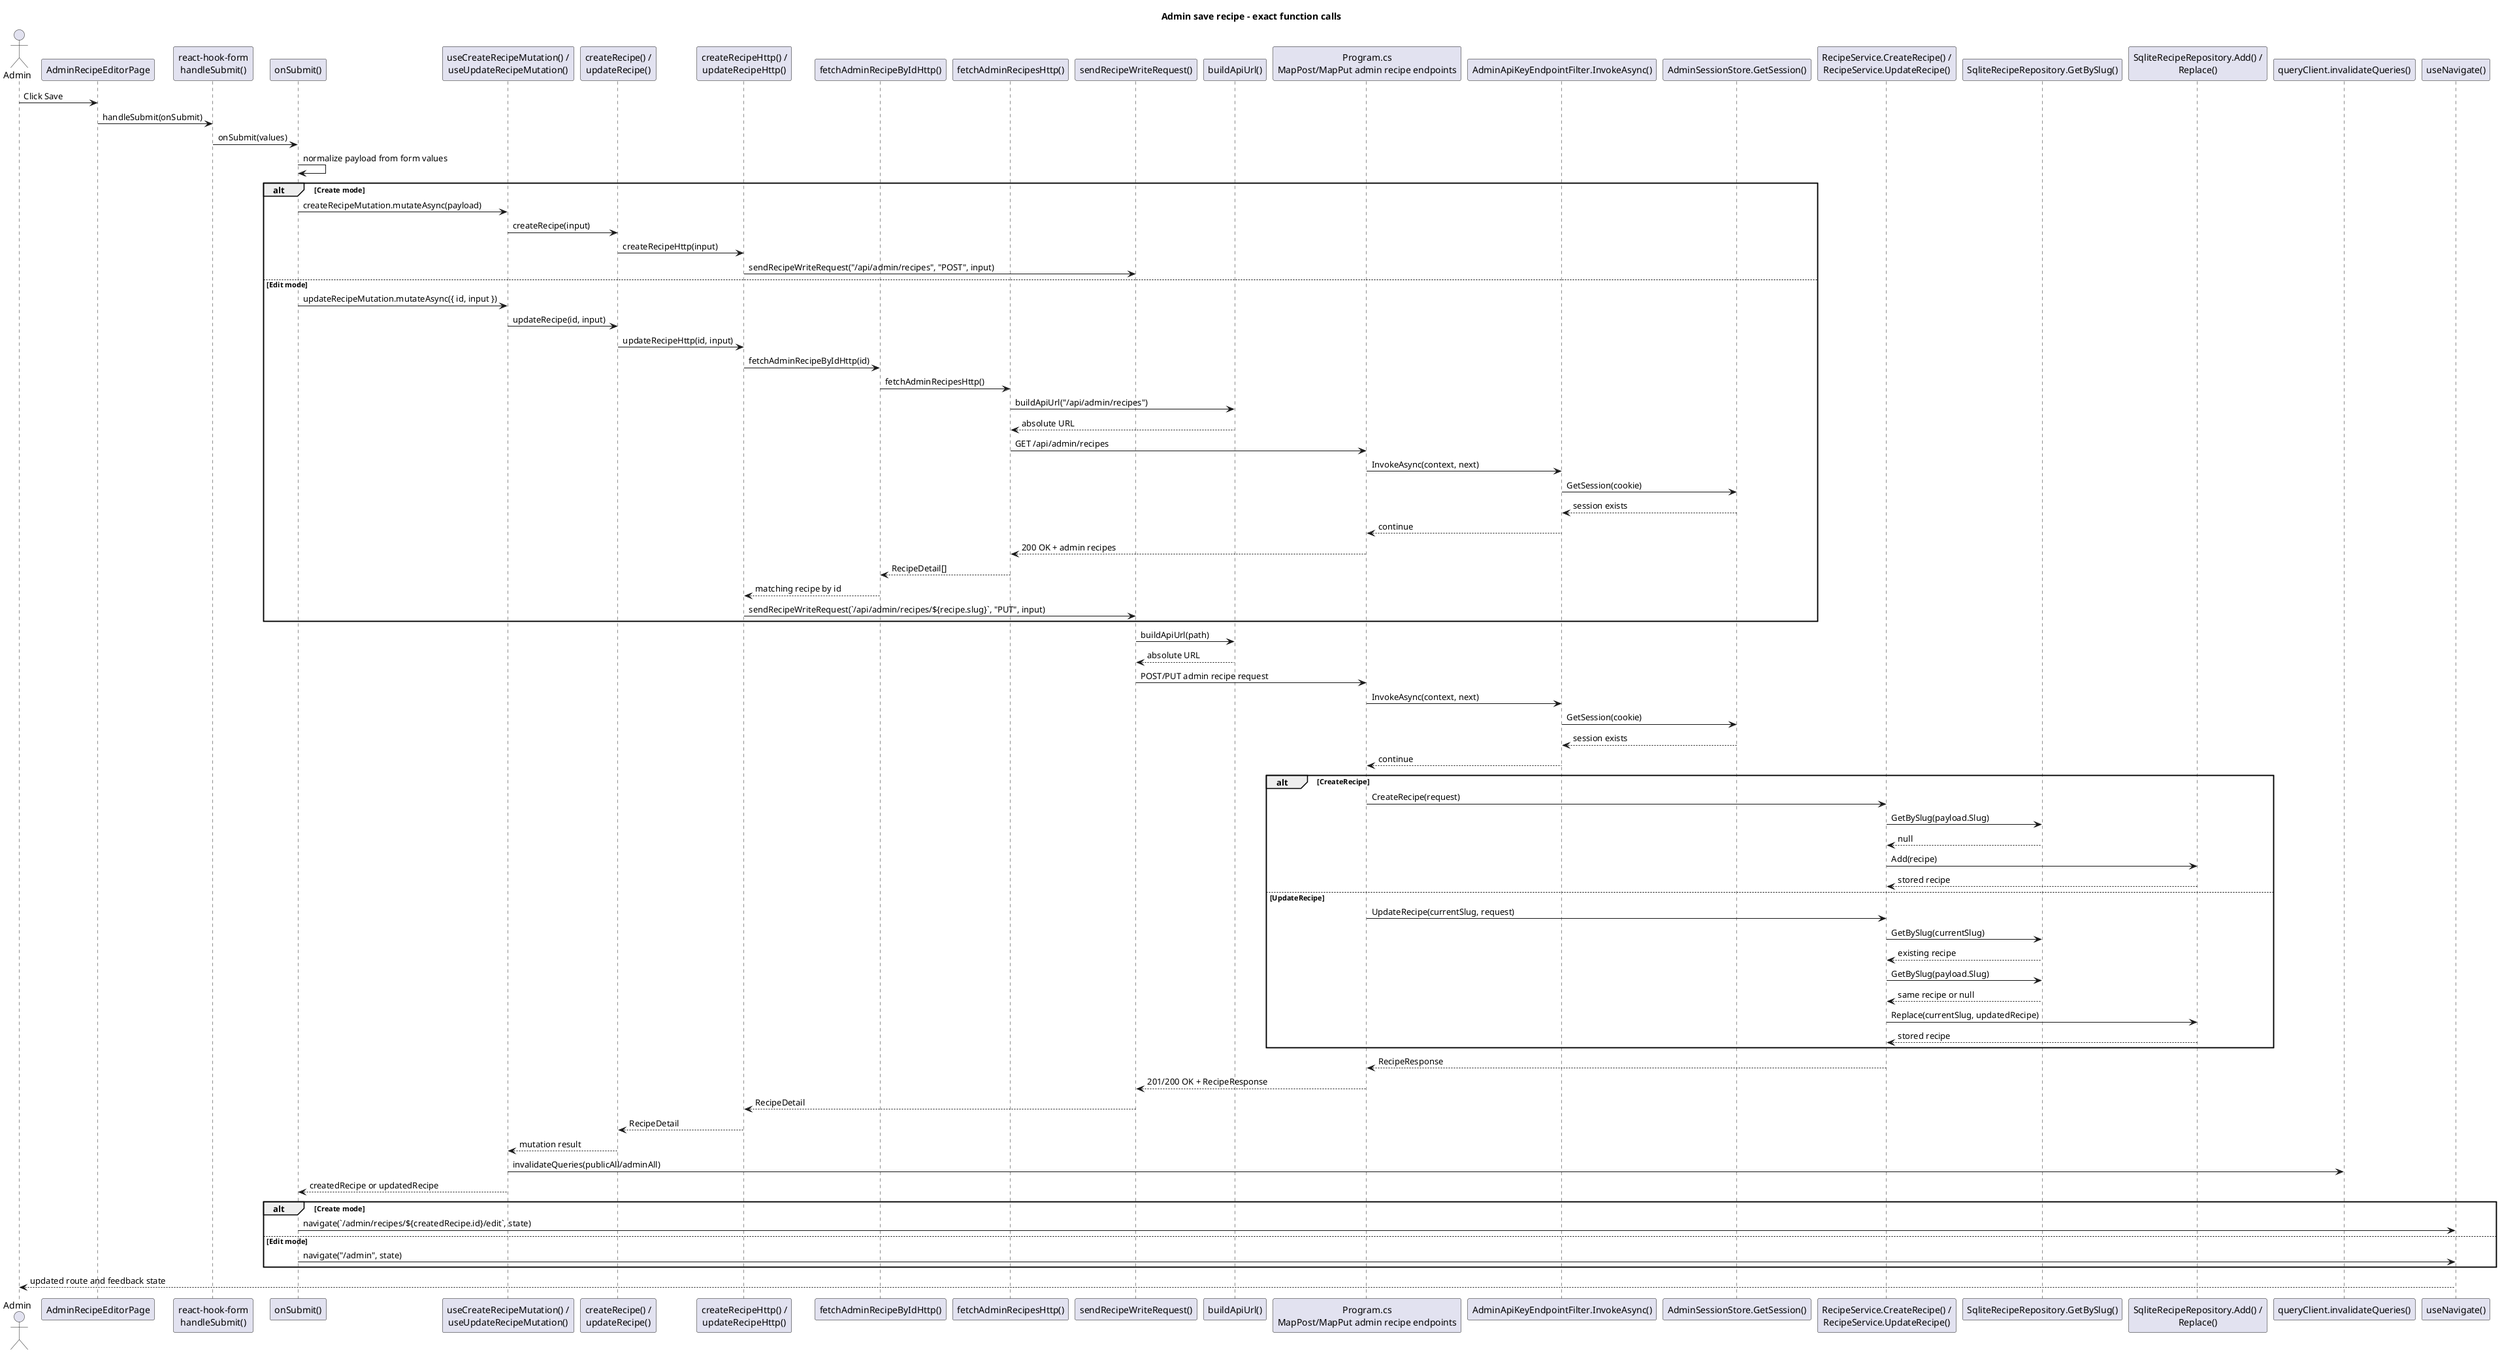
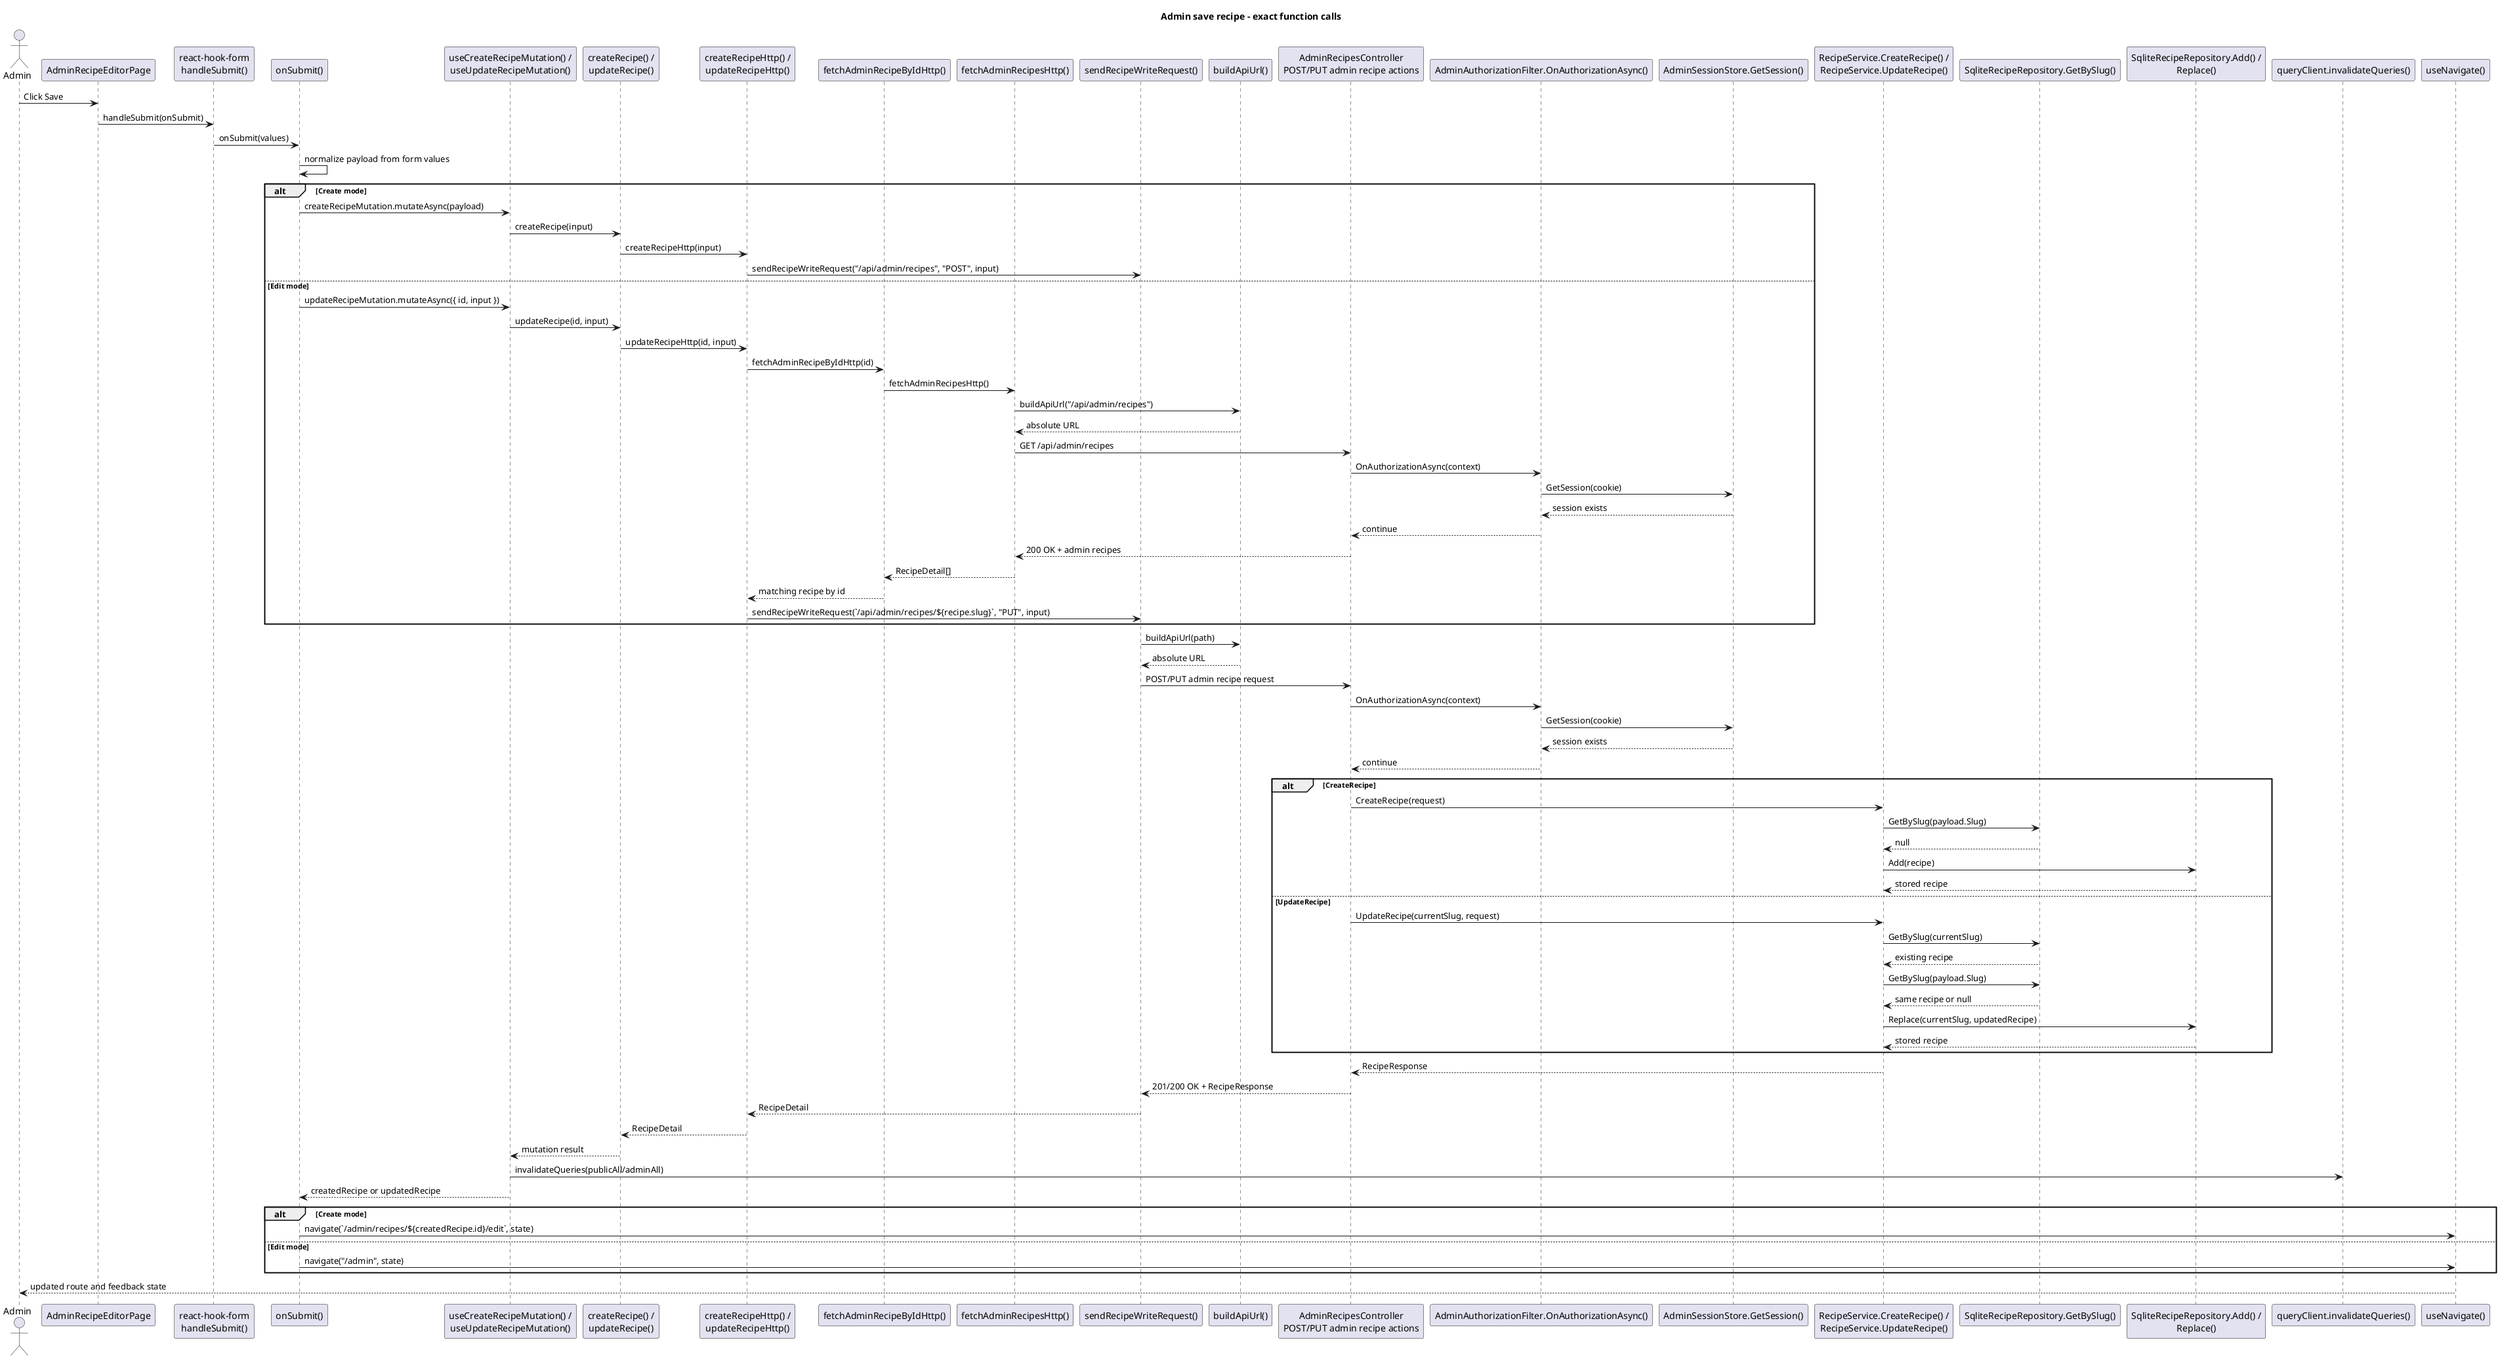
@startuml
title Admin save recipe - exact function calls

actor Admin
participant "AdminRecipeEditorPage" as EditorPage
participant "react-hook-form\nhandleSubmit()" as HandleSubmit
participant "onSubmit()" as OnSubmit
participant "useCreateRecipeMutation() /\nuseUpdateRecipeMutation()" as SaveMutation
participant "createRecipe() /\nupdateRecipe()" as RecipeApiFacade
participant "createRecipeHttp() /\nupdateRecipeHttp()" as RecipeHttpAdapter
participant "fetchAdminRecipeByIdHttp()" as FetchAdminByIdHttp
participant "fetchAdminRecipesHttp()" as FetchAdminRecipesHttp
participant "sendRecipeWriteRequest()" as SendWriteRequest
participant "buildApiUrl()" as BuildApiUrl
- participant "Program.cs\nMapPost/MapPut admin recipe endpoints" as AdminEndpoint
- participant "AdminApiKeyEndpointFilter.InvokeAsync()" as Filter
+ participant "AdminRecipesController\nPOST/PUT admin recipe actions" as AdminEndpoint
+ participant "AdminAuthorizationFilter.OnAuthorizationAsync()" as Filter
participant "AdminSessionStore.GetSession()" as GetSession
participant "RecipeService.CreateRecipe() /\nRecipeService.UpdateRecipe()" as RecipeService
participant "SqliteRecipeRepository.GetBySlug()" as RepoGetBySlug
participant "SqliteRecipeRepository.Add() /\nReplace()" as RepoWrite
participant "queryClient.invalidateQueries()" as InvalidateQueries
participant "useNavigate()" as Navigate

Admin -> EditorPage : Click Save
EditorPage -> HandleSubmit : handleSubmit(onSubmit)
HandleSubmit -> OnSubmit : onSubmit(values)
OnSubmit -> OnSubmit : normalize payload from form values

alt Create mode
  OnSubmit -> SaveMutation : createRecipeMutation.mutateAsync(payload)
  SaveMutation -> RecipeApiFacade : createRecipe(input)
  RecipeApiFacade -> RecipeHttpAdapter : createRecipeHttp(input)
  RecipeHttpAdapter -> SendWriteRequest : sendRecipeWriteRequest("/api/admin/recipes", "POST", input)
else Edit mode
  OnSubmit -> SaveMutation : updateRecipeMutation.mutateAsync({ id, input })
  SaveMutation -> RecipeApiFacade : updateRecipe(id, input)
  RecipeApiFacade -> RecipeHttpAdapter : updateRecipeHttp(id, input)
  RecipeHttpAdapter -> FetchAdminByIdHttp : fetchAdminRecipeByIdHttp(id)
  FetchAdminByIdHttp -> FetchAdminRecipesHttp : fetchAdminRecipesHttp()
  FetchAdminRecipesHttp -> BuildApiUrl : buildApiUrl("/api/admin/recipes")
  BuildApiUrl --> FetchAdminRecipesHttp : absolute URL
  FetchAdminRecipesHttp -> AdminEndpoint : GET /api/admin/recipes
-   AdminEndpoint -> Filter : InvokeAsync(context, next)
+   AdminEndpoint -> Filter : OnAuthorizationAsync(context)
  Filter -> GetSession : GetSession(cookie)
  GetSession --> Filter : session exists
  Filter --> AdminEndpoint : continue
  AdminEndpoint --> FetchAdminRecipesHttp : 200 OK + admin recipes
  FetchAdminRecipesHttp --> FetchAdminByIdHttp : RecipeDetail[]
  FetchAdminByIdHttp --> RecipeHttpAdapter : matching recipe by id
  RecipeHttpAdapter -> SendWriteRequest : sendRecipeWriteRequest(`/api/admin/recipes/${recipe.slug}`, "PUT", input)
end

SendWriteRequest -> BuildApiUrl : buildApiUrl(path)
BuildApiUrl --> SendWriteRequest : absolute URL
SendWriteRequest -> AdminEndpoint : POST/PUT admin recipe request
- AdminEndpoint -> Filter : InvokeAsync(context, next)
+ AdminEndpoint -> Filter : OnAuthorizationAsync(context)
Filter -> GetSession : GetSession(cookie)
GetSession --> Filter : session exists
Filter --> AdminEndpoint : continue

alt CreateRecipe
  AdminEndpoint -> RecipeService : CreateRecipe(request)
  RecipeService -> RepoGetBySlug : GetBySlug(payload.Slug)
  RepoGetBySlug --> RecipeService : null
  RecipeService -> RepoWrite : Add(recipe)
  RepoWrite --> RecipeService : stored recipe
else UpdateRecipe
  AdminEndpoint -> RecipeService : UpdateRecipe(currentSlug, request)
  RecipeService -> RepoGetBySlug : GetBySlug(currentSlug)
  RepoGetBySlug --> RecipeService : existing recipe
  RecipeService -> RepoGetBySlug : GetBySlug(payload.Slug)
  RepoGetBySlug --> RecipeService : same recipe or null
  RecipeService -> RepoWrite : Replace(currentSlug, updatedRecipe)
  RepoWrite --> RecipeService : stored recipe
end

RecipeService --> AdminEndpoint : RecipeResponse
AdminEndpoint --> SendWriteRequest : 201/200 OK + RecipeResponse
SendWriteRequest --> RecipeHttpAdapter : RecipeDetail
RecipeHttpAdapter --> RecipeApiFacade : RecipeDetail
RecipeApiFacade --> SaveMutation : mutation result
SaveMutation -> InvalidateQueries : invalidateQueries(publicAll/adminAll)
SaveMutation --> OnSubmit : createdRecipe or updatedRecipe

alt Create mode
  OnSubmit -> Navigate : navigate(`/admin/recipes/${createdRecipe.id}/edit`, state)
else Edit mode
  OnSubmit -> Navigate : navigate("/admin", state)
end

Navigate --> Admin : updated route and feedback state

@enduml
